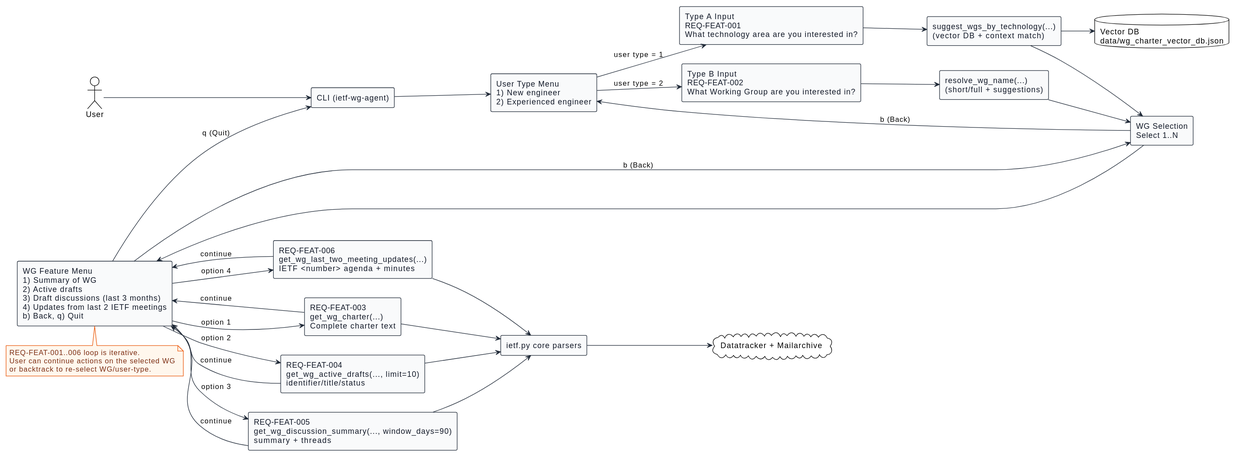
Before: docs/design-docs/diagrams/req-feat-001-006-architecture.svg, a diagram exported from PlantUML (addogra/IETF-Learning-Tools). The source it was exported from:
```plantuml
@startuml
!theme plain
skinparam backgroundColor #FFFFFF
skinparam defaultFontName Helvetica
skinparam ArrowColor #1F2937
skinparam rectangle {
  BorderColor #1F2937
  FontColor #111827
  BackgroundColor #F9FAFB
}
skinparam note {
  BackgroundColor #FFF7ED
  BorderColor #EA580C
  FontColor #7C2D12
}

left to right direction

actor User
rectangle "CLI (ietf-wg-agent)" as CLI
rectangle "User Type Menu\n1) New engineer\n2) Experienced engineer" as Menu
rectangle "Type A Input\nREQ-FEAT-001\nWhat technology area are you interested in?" as TechInput
rectangle "suggest_wgs_by_technology(...)\n(vector DB + context match)" as TechMatch
rectangle "Type B Input\nREQ-FEAT-002\nWhat Working Group are you interested in?" as WgInput
rectangle "resolve_wg_name(...)\n(short/full + suggestions)" as WgResolve
rectangle "WG Selection\nSelect 1..N" as WgSelect
rectangle "WG Feature Menu\n1) Summary of WG\n2) Active drafts\n3) Draft discussions (last 3 months)\n4) Updates from last 2 IETF meetings\nb) Back, q) Quit" as FeatureMenu
rectangle "REQ-FEAT-003\nget_wg_charter(...)\nComplete charter text" as Charter
rectangle "REQ-FEAT-004\nget_wg_active_drafts(..., limit=10)\nidentifier/title/status" as Drafts
rectangle "REQ-FEAT-005\nget_wg_discussion_summary(..., window_days=90)\nsummary + threads" as Discussions
rectangle "REQ-FEAT-006\nget_wg_last_two_meeting_updates(...)\nIETF <number> agenda + minutes" as Meetings
rectangle "ietf.py core parsers" as Core
database "Vector DB\ndata/wg_charter_vector_db.json" as VDB
cloud "Datatracker + Mailarchive" as Sources

User --> CLI
CLI --> Menu

Menu --> TechInput : user type = 1
Menu --> WgInput : user type = 2

TechInput --> TechMatch
TechMatch --> VDB
TechMatch --> WgSelect

WgInput --> WgResolve
WgResolve --> WgSelect

WgSelect --> FeatureMenu
FeatureMenu --> Charter : option 1
FeatureMenu --> Drafts : option 2
FeatureMenu --> Discussions : option 3
FeatureMenu --> Meetings : option 4

Charter --> Core
Drafts --> Core
Discussions --> Core
Meetings --> Core
Core --> Sources

Charter --> FeatureMenu : continue
Drafts --> FeatureMenu : continue
Discussions --> FeatureMenu : continue
Meetings --> FeatureMenu : continue
FeatureMenu --> WgSelect : b (Back)
WgSelect --> Menu : b (Back)
FeatureMenu --> CLI : q (Quit)

note bottom of FeatureMenu
REQ-FEAT-001..006 loop is iterative.
User can continue actions on the selected WG
or backtrack to re-select WG/user-type.
end note
@enduml
```
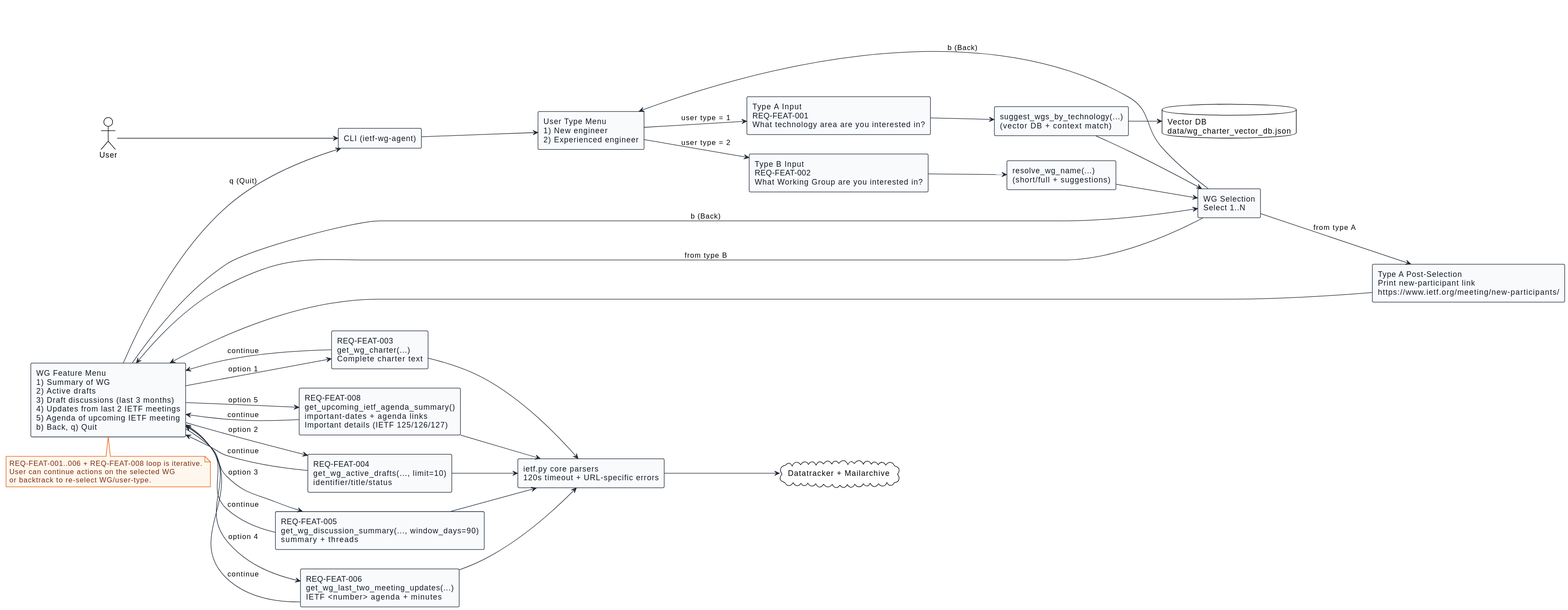
The same diagram one commit later.

Diff of the diagram source:
```diff
@@ -21,15 +21,17 @@
 rectangle "User Type Menu\n1) New engineer\n2) Experienced engineer" as Menu
 rectangle "Type A Input\nREQ-FEAT-001\nWhat technology area are you interested in?" as TechInput
 rectangle "suggest_wgs_by_technology(...)\n(vector DB + context match)" as TechMatch
+rectangle "Type A Post-Selection\nPrint new-participant link\nhttps://www.ietf.org/meeting/new-participants/" as TypeAHelp
 rectangle "Type B Input\nREQ-FEAT-002\nWhat Working Group are you interested in?" as WgInput
 rectangle "resolve_wg_name(...)\n(short/full + suggestions)" as WgResolve
 rectangle "WG Selection\nSelect 1..N" as WgSelect
-rectangle "WG Feature Menu\n1) Summary of WG\n2) Active drafts\n3) Draft discussions (last 3 months)\n4) Updates from last 2 IETF meetings\nb) Back, q) Quit" as FeatureMenu
+rectangle "WG Feature Menu\n1) Summary of WG\n2) Active drafts\n3) Draft discussions (last 3 months)\n4) Updates from last 2 IETF meetings\n5) Agenda of upcoming IETF meeting\nb) Back, q) Quit" as FeatureMenu
 rectangle "REQ-FEAT-003\nget_wg_charter(...)\nComplete charter text" as Charter
 rectangle "REQ-FEAT-004\nget_wg_active_drafts(..., limit=10)\nidentifier/title/status" as Drafts
 rectangle "REQ-FEAT-005\nget_wg_discussion_summary(..., window_days=90)\nsummary + threads" as Discussions
 rectangle "REQ-FEAT-006\nget_wg_last_two_meeting_updates(...)\nIETF <number> agenda + minutes" as Meetings
-rectangle "ietf.py core parsers" as Core
+rectangle "REQ-FEAT-008\nget_upcoming_ietf_agenda_summary()\nimportant-dates + agenda links\nImportant details (IETF 125/126/127)" as Upcoming
+rectangle "ietf.py core parsers\n120s timeout + URL-specific errors" as Core
 database "Vector DB\ndata/wg_charter_vector_db.json" as VDB
 cloud "Datatracker + Mailarchive" as Sources
 
@@ -42,32 +44,37 @@
 TechInput --> TechMatch
 TechMatch --> VDB
 TechMatch --> WgSelect
+WgSelect --> TypeAHelp : from type A
+TypeAHelp --> FeatureMenu
 
 WgInput --> WgResolve
 WgResolve --> WgSelect
+WgSelect --> FeatureMenu : from type B
 
-WgSelect --> FeatureMenu
 FeatureMenu --> Charter : option 1
 FeatureMenu --> Drafts : option 2
 FeatureMenu --> Discussions : option 3
 FeatureMenu --> Meetings : option 4
+FeatureMenu --> Upcoming : option 5
 
 Charter --> Core
 Drafts --> Core
 Discussions --> Core
 Meetings --> Core
+Upcoming --> Core
 Core --> Sources
 
 Charter --> FeatureMenu : continue
 Drafts --> FeatureMenu : continue
 Discussions --> FeatureMenu : continue
 Meetings --> FeatureMenu : continue
+Upcoming --> FeatureMenu : continue
 FeatureMenu --> WgSelect : b (Back)
 WgSelect --> Menu : b (Back)
 FeatureMenu --> CLI : q (Quit)
 
 note bottom of FeatureMenu
-REQ-FEAT-001..006 loop is iterative.
+REQ-FEAT-001..006 + REQ-FEAT-008 loop is iterative.
 User can continue actions on the selected WG
 or backtrack to re-select WG/user-type.
 end note
```
